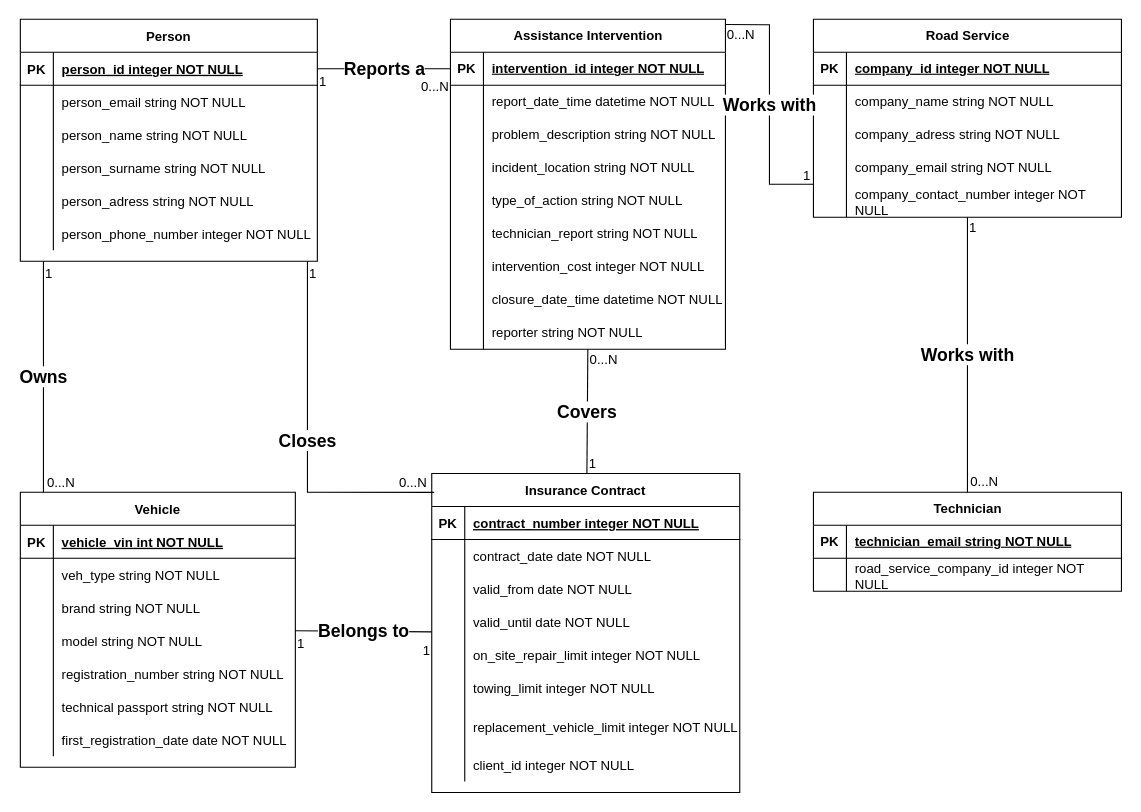
Earlier version of the draw.io diagram IUS DU.drawio (Phelete/IUS-Homework). Source tidied: cells renumbered, new cells numbered last; positions are measured from the earlier drawing's top-left corner, leaving out a move shared by most shapes. Both pictures are drawn from the tidied source at 110%, with x=0, y=0 at pixel (20, 19).
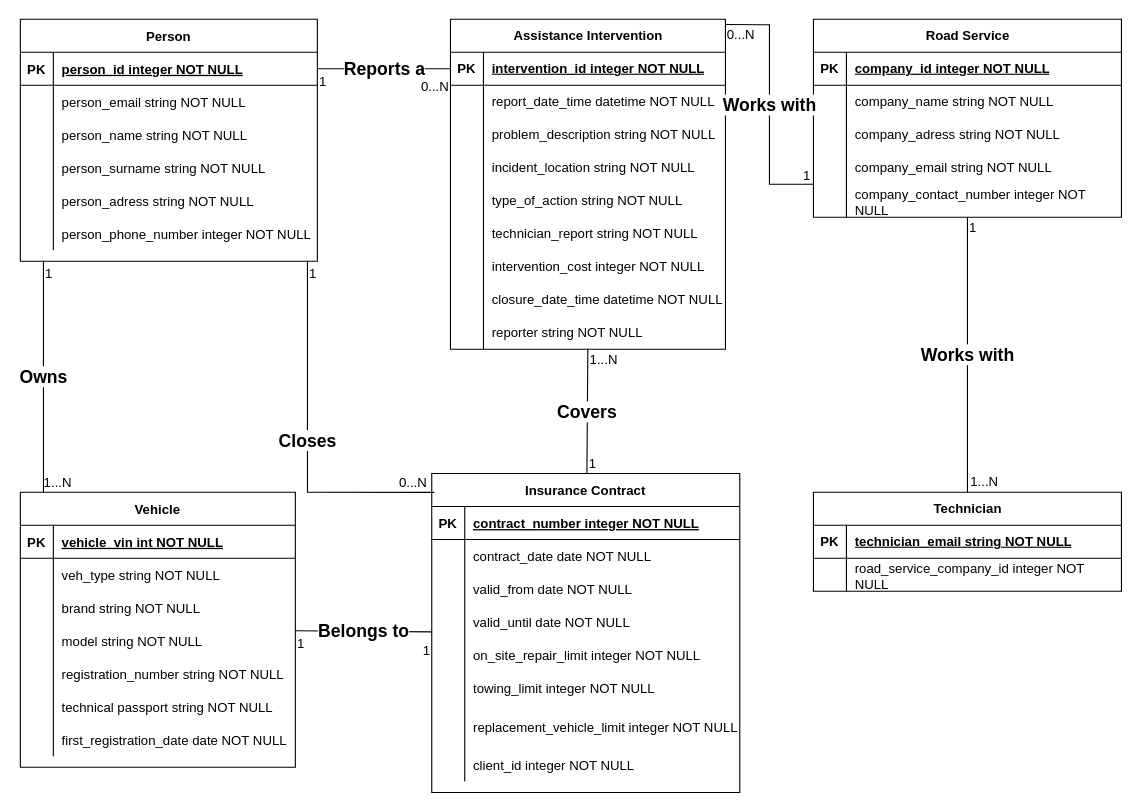
The same diagram, later.

The change refers to these unchanged cells:
```xml
<mxCell id="119" value="Owns" style="endArrow=none;html=1;rounded=0;fontSize=16;fontStyle=1;" parent="1" edge="1">
  <mxGeometry relative="1" as="geometry">
    <mxPoint x="21" y="220" as="sourcePoint" />
    <mxPoint x="21" y="430" as="targetPoint" />
  </mxGeometry>
</mxCell>
<mxCell id="128" value="Covers" style="endArrow=none;html=1;rounded=0;fontSize=16;fontStyle=1;" parent="1" edge="1" source="93" target="2">
  <mxGeometry relative="1" as="geometry" />
</mxCell>
```

The edit, as a diff of the source:
```diff
@@
-    <mxCell id="121" value="0...N" style="html=1;whiteSpace=wrap;align=right;verticalAlign=bottom;" parent="119" vertex="1">
+    <mxCell id="121" value="&lt;div&gt;1...N&lt;/div&gt;" style="html=1;whiteSpace=wrap;align=right;verticalAlign=bottom;" parent="119" vertex="1">
       <mxGeometry x="1" relative="1" as="geometry">
-        <mxPoint x="30" as="offset" />
+        <mxPoint x="27" as="offset" />
       </mxGeometry>
     </mxCell>
@@
-    <mxCell id="129" value="0...N" style="html=1;whiteSpace=wrap;align=left;verticalAlign=bottom;" parent="128" vertex="1">
+    <mxCell id="129" value="1...N" style="html=1;whiteSpace=wrap;align=left;verticalAlign=bottom;" parent="128" vertex="1">
       <mxGeometry x="-1" relative="1" as="geometry">
         <mxPoint y="18" as="offset" />
       </mxGeometry>
     </mxCell>
@@
-    <mxCell id="139" value="0...N" style="html=1;whiteSpace=wrap;align=left;verticalAlign=bottom;" parent="1" vertex="1">
+    <mxCell id="139" value="1...N" style="html=1;whiteSpace=wrap;align=left;verticalAlign=bottom;direction=south;" parent="1" vertex="1">
       <mxGeometry x="862" y="429" as="geometry" />
     </mxCell>
```
